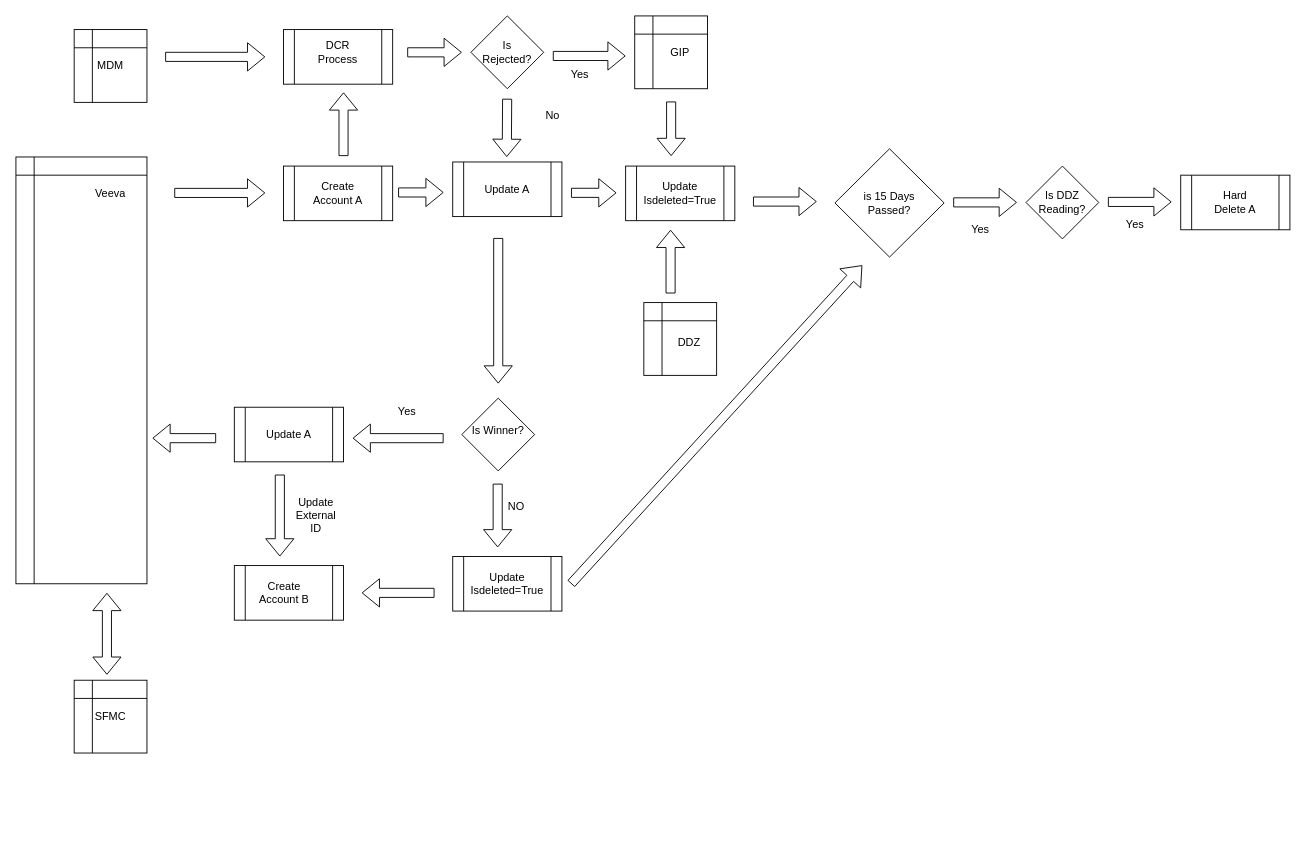
Before: Veeva_Account_Flow.drawio in b2Shashi-mc/marketing-cloud, a draw.io diagram. Source tidied: cells renumbered, new cells numbered last; positions are measured from the earlier drawing's top-left corner, leaving out a move shared by most shapes. Both pictures are drawn from the tidied source at 91%, with x=0, y=0 at pixel (15, 15).
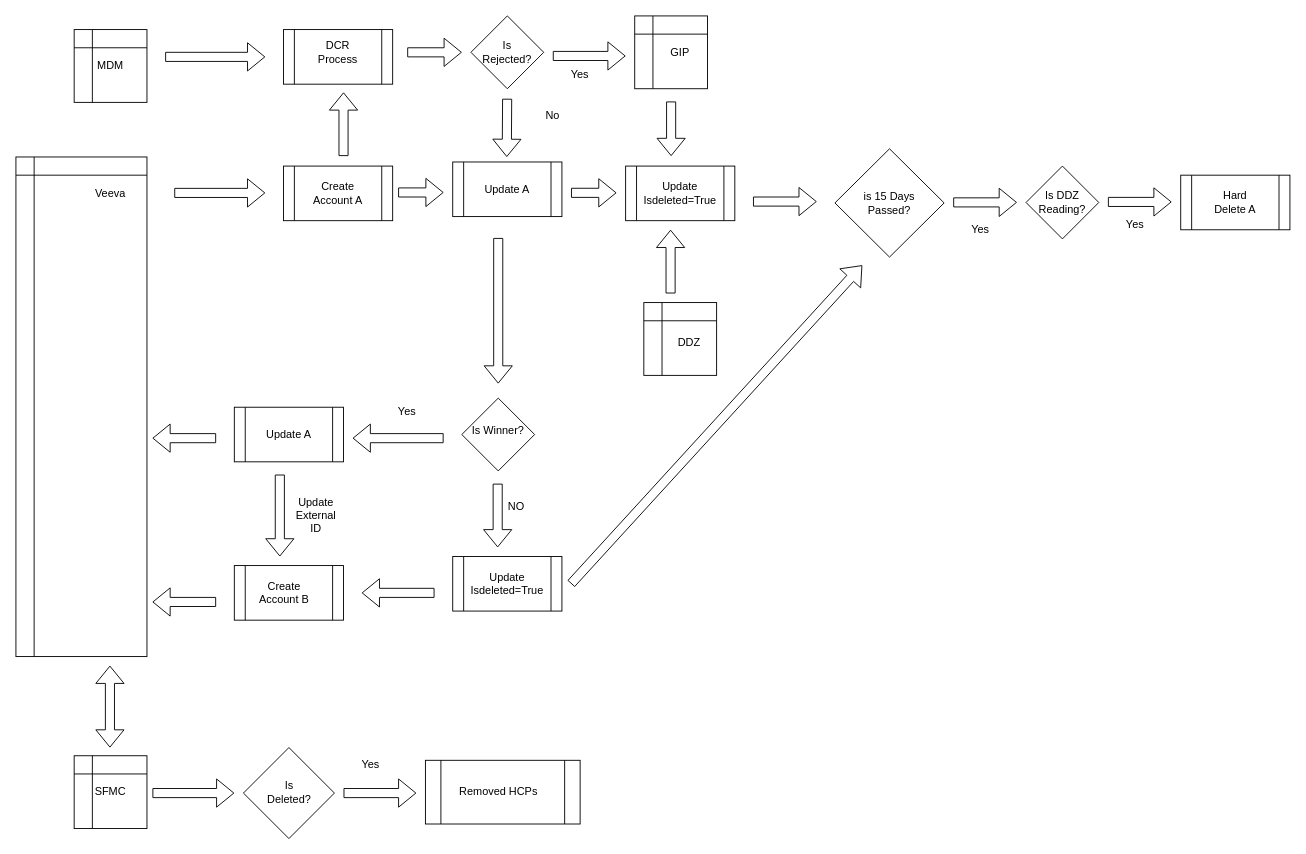
After the change.

Change to the diagram source:
```diff
@@
     <mxCell id="3" style="shape=internalStorage;whiteSpace=wrap;html=1;backgroundOutline=1;" parent="1" vertex="1">
-      <mxGeometry y="155" width="144" height="469" as="geometry" />
+      <mxGeometry y="155" width="144" height="549" as="geometry" />
     </mxCell>
     <mxCell id="4" style="shape=internalStorage;whiteSpace=wrap;html=1;backgroundOutline=1;" parent="1" vertex="1">
-      <mxGeometry x="64" y="730" width="80" height="80" as="geometry" />
+      <mxGeometry x="64" y="813" width="80" height="80" as="geometry" />
     </mxCell>
@@
     <mxCell id="10" value="SFMC" style="text;html=1;strokeColor=none;fillColor=none;align=center;verticalAlign=middle;whiteSpace=wrap;rounded=0;" parent="1" vertex="1">
-      <mxGeometry x="74" y="755" width="60" height="30" as="geometry" />
+      <mxGeometry x="74" y="838" width="60" height="30" as="geometry" />
     </mxCell>
@@
     <mxCell id="12" style="shape=flexArrow;endArrow=classic;startArrow=classic;html=1;rounded=0;" parent="1" edge="1">
       <mxGeometry relative="1" as="geometry">
-        <mxPoint x="100" y="724" as="sourcePoint" />
-        <mxPoint x="100" y="634" as="targetPoint" />
+        <mxPoint x="103.3" y="804" as="sourcePoint" />
+        <mxPoint x="103.3" y="714" as="targetPoint" />
       </mxGeometry>
     </mxCell>
@@
+    <mxCell id="64" style="shape=flexArrow;endArrow=classic;html=1;rounded=0;fontColor=#FFFFFF;" parent="1" edge="1">
+      <mxGeometry relative="1" as="geometry">
+        <mxPoint x="220" y="644" as="sourcePoint" />
+        <mxPoint x="150" y="644" as="targetPoint" />
+      </mxGeometry>
+    </mxCell>
+    <mxCell id="65" style="shape=flexArrow;endArrow=classic;html=1;rounded=0;fontColor=#FFFFFF;" parent="1" edge="1">
+      <mxGeometry relative="1" as="geometry">
+        <mxPoint x="150" y="854" as="sourcePoint" />
+        <mxPoint x="240" y="854" as="targetPoint" />
+      </mxGeometry>
+    </mxCell>
+    <mxCell id="66" style="rhombus;whiteSpace=wrap;html=1;fontColor=#FFFFFF;labelBackgroundColor=#FFF2CC;" parent="1" vertex="1">
+      <mxGeometry x="250" y="804" width="100" height="100" as="geometry" />
+    </mxCell>
+    <mxCell id="67" value="Is Deleted?" style="text;html=1;strokeColor=none;fillColor=none;align=center;verticalAlign=middle;whiteSpace=wrap;rounded=0;" parent="1" vertex="1">
+      <mxGeometry x="277.5" y="843" width="45" height="20" as="geometry" />
+    </mxCell>
+    <mxCell id="68" style="shape=flexArrow;endArrow=classic;html=1;rounded=0;fontColor=#FFFFFF;" parent="1" edge="1">
+      <mxGeometry relative="1" as="geometry">
+        <mxPoint x="360" y="854" as="sourcePoint" />
+        <mxPoint x="440" y="854" as="targetPoint" />
+      </mxGeometry>
+    </mxCell>
+    <mxCell id="69" style="shape=process;whiteSpace=wrap;html=1;backgroundOutline=1;labelBackgroundColor=#FFF2CC;fontColor=#FFFFFF;" parent="1" vertex="1">
+      <mxGeometry x="450" y="818" width="170" height="70" as="geometry" />
+    </mxCell>
+    <mxCell id="70" value="Removed HCPs" style="text;html=1;strokeColor=none;fillColor=none;align=center;verticalAlign=middle;whiteSpace=wrap;rounded=0;" parent="1" vertex="1">
+      <mxGeometry x="472.5" y="828" width="115" height="50" as="geometry" />
+    </mxCell>
+    <mxCell id="71" value="Yes" style="text;html=1;strokeColor=none;fillColor=none;align=center;verticalAlign=middle;whiteSpace=wrap;rounded=0;" parent="1" vertex="1">
+      <mxGeometry x="360" y="808" width="60" height="30" as="geometry" />
+    </mxCell>
```
